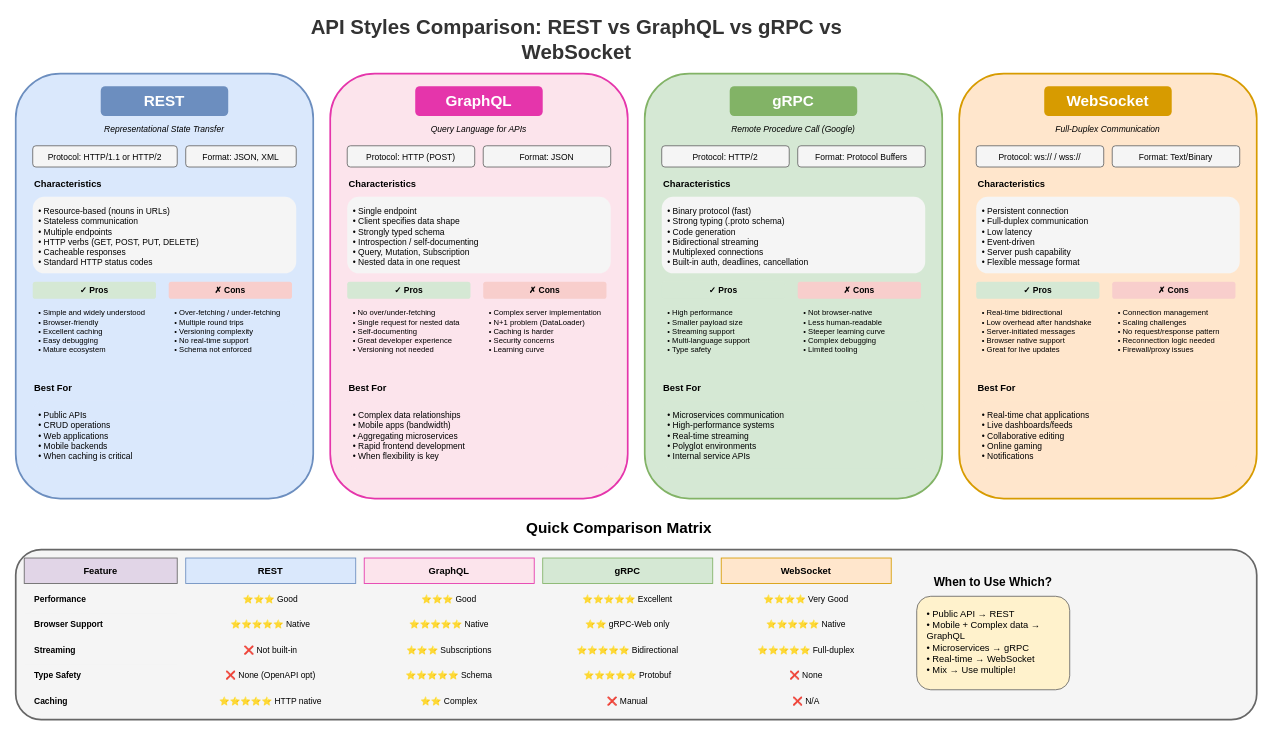
This is lesson-01-software-design-architecture/diagrams/4.5-api-styles-comparison.drawio from MrParkerZ7/document-lesson-software-architect-x-claude, a draw.io file, before an edit. Source tidied: cells renumbered, new cells numbered last; positions are measured from the earlier drawing's top-left corner, leaving out a move shared by most shapes. Both pictures are drawn from the tidied source at 85%, with x=0, y=0 at pixel (15, 22).
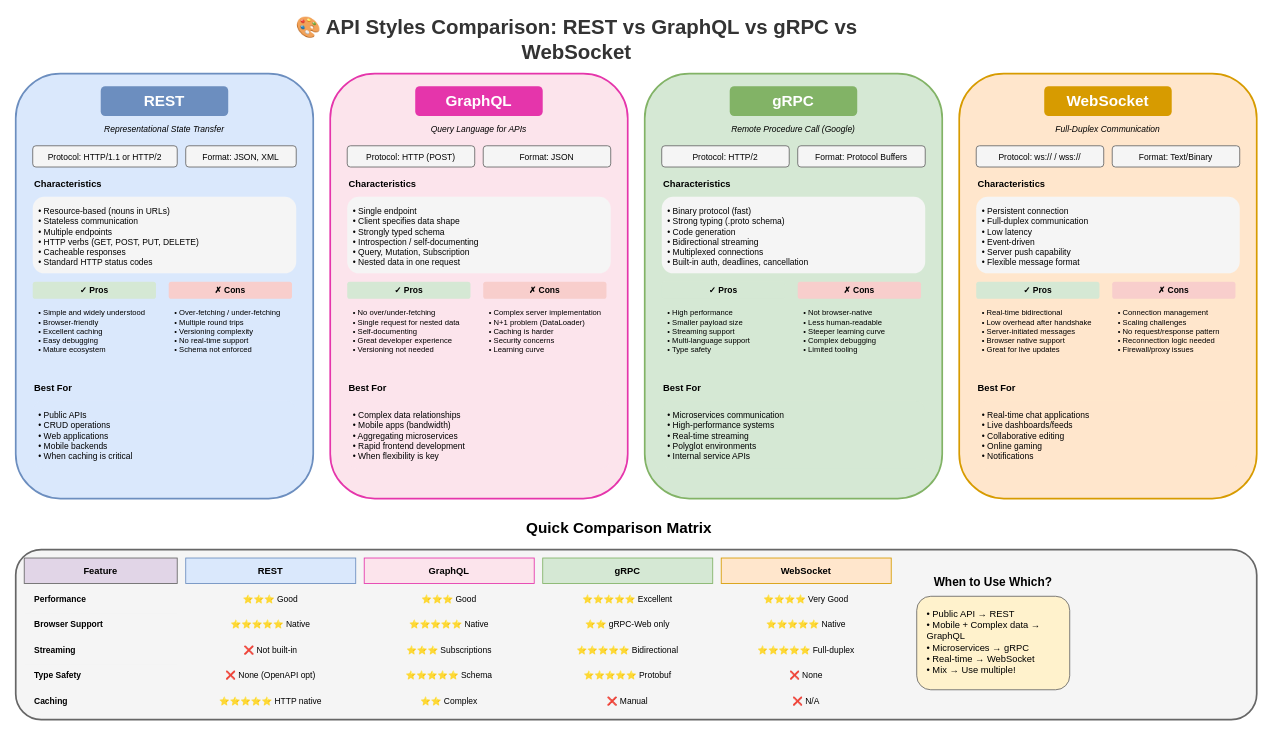
After the change.

Change to the diagram source:
```diff
@@
-    <mxCell id="2" value="API Styles Comparison: REST vs GraphQL vs gRPC vs WebSocket" style="text;html=1;strokeColor=none;fillColor=none;align=center;verticalAlign=middle;whiteSpace=wrap;rounded=0;fontSize=24;fontStyle=1;fontColor=#333333;" parent="1" vertex="1">
+    <mxCell id="2" value="🎨 API Styles Comparison: REST vs GraphQL vs gRPC vs WebSocket" style="text;html=1;strokeColor=none;fillColor=none;align=center;verticalAlign=middle;whiteSpace=wrap;rounded=0;fontSize=24;fontStyle=1;fontColor=#333333;" parent="1" vertex="1">
       <mxGeometry x="310" width="700" height="40" as="geometry" />
     </mxCell>
```
